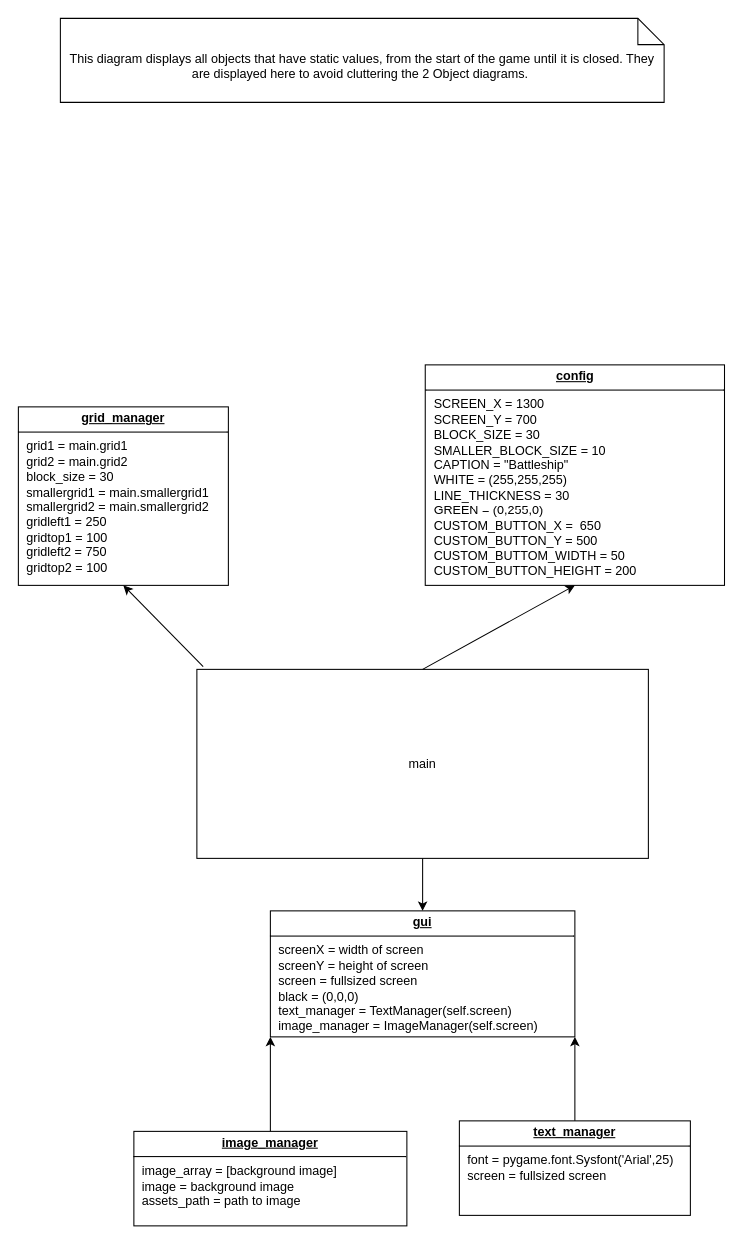
Above: Diagrams/Static objects.drawio in SummitBattle/EF-INF (draw.io), before the change. Source tidied: cells renumbered, new cells numbered last; positions are measured from the earlier drawing's top-left corner, leaving out a move shared by most shapes. Both pictures are drawn from the tidied source at 105%, with x=0, y=0 at pixel (18, 18).
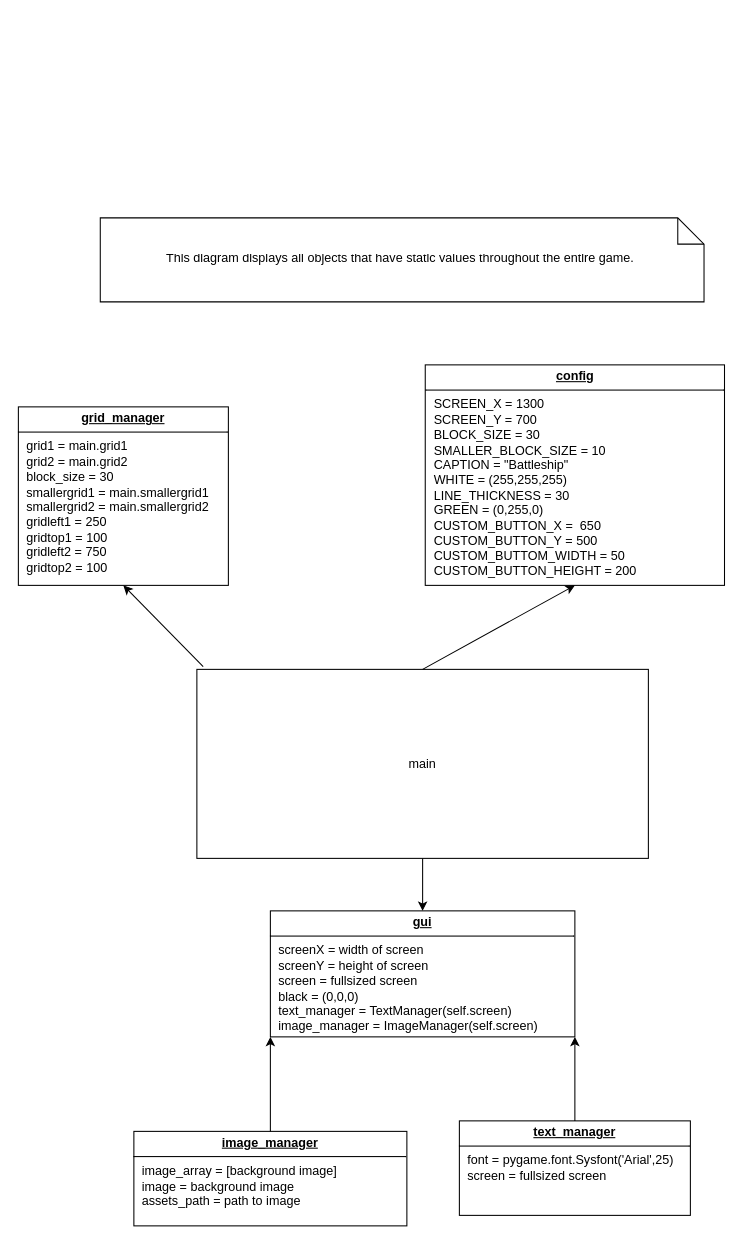
After the change.

The edit, as a diff of the source:
```diff
@@
 <mxGraphModel>
   <root>
     <mxCell id="0" />
     <mxCell id="1" parent="0" />
     <mxCell id="2" value="main" style="rounded=0;whiteSpace=wrap;html=1;" parent="1" vertex="1">
       <mxGeometry x="170" y="620" width="430" height="180" as="geometry" />
     </mxCell>
     <mxCell id="3" value="&lt;p style=&quot;margin:0px;margin-top:4px;text-align:center;text-decoration:underline;&quot;&gt;&lt;b&gt;gui&lt;/b&gt;&lt;/p&gt;&lt;hr size=&quot;1&quot; style=&quot;border-style:solid;&quot;&gt;&lt;p style=&quot;margin:0px;margin-left:8px;&quot;&gt;screenX = width of screen&lt;/p&gt;&lt;p style=&quot;margin:0px;margin-left:8px;&quot;&gt;screenY = height of screen&lt;/p&gt;&lt;p style=&quot;margin:0px;margin-left:8px;&quot;&gt;screen = fullsized screen&lt;/p&gt;&lt;p style=&quot;margin:0px;margin-left:8px;&quot;&gt;black = (0,0,0)&lt;/p&gt;&lt;p style=&quot;margin:0px;margin-left:8px;&quot;&gt;text_manager = TextManager(self.screen)&lt;/p&gt;&lt;p style=&quot;margin:0px;margin-left:8px;&quot;&gt;image_manager = ImageManager(self.screen)&lt;/p&gt;" style="verticalAlign=top;align=left;overflow=fill;html=1;whiteSpace=wrap;" parent="1" vertex="1">
       <mxGeometry x="240" y="850" width="290" height="120" as="geometry" />
     </mxCell>
     <mxCell id="4" value="&lt;p style=&quot;margin:0px;margin-top:4px;text-align:center;text-decoration:underline;&quot;&gt;&lt;b&gt;image_manager&lt;/b&gt;&lt;/p&gt;&lt;hr size=&quot;1&quot; style=&quot;border-style:solid;&quot;&gt;&lt;p style=&quot;margin:0px;margin-left:8px;&quot;&gt;image_array = [background image]&lt;/p&gt;&lt;p style=&quot;margin:0px;margin-left:8px;&quot;&gt;image = background image&lt;/p&gt;&lt;p style=&quot;margin:0px;margin-left:8px;&quot;&gt;assets_path = path to image&lt;/p&gt;&lt;p style=&quot;margin:0px;margin-left:8px;&quot;&gt;&lt;br&gt;&lt;/p&gt;&lt;p style=&quot;margin:0px;margin-left:8px;&quot;&gt;&lt;br&gt;&lt;/p&gt;" style="verticalAlign=top;align=left;overflow=fill;html=1;whiteSpace=wrap;" parent="1" vertex="1">
       <mxGeometry x="110" y="1060" width="260" height="90" as="geometry" />
     </mxCell>
     <mxCell id="5" value="&lt;p style=&quot;margin:0px;margin-top:4px;text-align:center;text-decoration:underline;&quot;&gt;&lt;b&gt;text_manager&lt;/b&gt;&lt;/p&gt;&lt;hr size=&quot;1&quot; style=&quot;border-style:solid;&quot;&gt;&lt;p style=&quot;margin:0px;margin-left:8px;&quot;&gt;font = pygame.font.Sysfont('Arial',25)&lt;/p&gt;&lt;p style=&quot;margin:0px;margin-left:8px;&quot;&gt;screen = fullsized screen&lt;/p&gt;&lt;p style=&quot;margin:0px;margin-left:8px;&quot;&gt;&lt;br&gt;&lt;/p&gt;" style="verticalAlign=top;align=left;overflow=fill;html=1;whiteSpace=wrap;" parent="1" vertex="1">
       <mxGeometry x="420" y="1050" width="220" height="90" as="geometry" />
     </mxCell>
     <mxCell id="6" value="&lt;p style=&quot;margin:0px;margin-top:4px;text-align:center;text-decoration:underline;&quot;&gt;&lt;b&gt;config&lt;/b&gt;&lt;/p&gt;&lt;hr size=&quot;1&quot; style=&quot;border-style:solid;&quot;&gt;&lt;p style=&quot;margin:0px;margin-left:8px;&quot;&gt;SCREEN_X = 1300&lt;/p&gt;&lt;p style=&quot;margin:0px;margin-left:8px;&quot;&gt;SCREEN_Y = 700&lt;/p&gt;&lt;p style=&quot;margin:0px;margin-left:8px;&quot;&gt;BLOCK_SIZE = 30&lt;/p&gt;&lt;p style=&quot;margin:0px;margin-left:8px;&quot;&gt;SMALLER_BLOCK_SIZE = 10&lt;/p&gt;&lt;p style=&quot;margin:0px;margin-left:8px;&quot;&gt;CAPTION = &quot;Battleship&quot;&lt;/p&gt;&lt;p style=&quot;margin:0px;margin-left:8px;&quot;&gt;WHITE = (255,255,255)&lt;/p&gt;&lt;p style=&quot;margin:0px;margin-left:8px;&quot;&gt;LINE_THICKNESS = 30&lt;/p&gt;&lt;p style=&quot;margin:0px;margin-left:8px;&quot;&gt;GREEN = (0,255,0)&lt;/p&gt;&lt;p style=&quot;margin:0px;margin-left:8px;&quot;&gt;CUSTOM_BUTTON_X =&amp;nbsp; 650&lt;/p&gt;&lt;p style=&quot;margin:0px;margin-left:8px;&quot;&gt;CUSTOM_BUTTON_Y = 500&lt;/p&gt;&lt;p style=&quot;margin:0px;margin-left:8px;&quot;&gt;CUSTOM_BUTTOM_WIDTH = 50&lt;/p&gt;&lt;p style=&quot;margin:0px;margin-left:8px;&quot;&gt;CUSTOM_BUTTON_HEIGHT = 200&lt;/p&gt;&lt;p style=&quot;margin:0px;margin-left:8px;&quot;&gt;&lt;br&gt;&lt;/p&gt;&lt;p style=&quot;margin:0px;margin-left:8px;&quot;&gt;&lt;span style=&quot;background-color: rgb(43, 43, 43); color: rgb(169, 183, 198); font-family: &amp;quot;JetBrains Mono&amp;quot;, monospace; font-size: 9.8pt;&quot;&gt;&lt;br&gt;&lt;/span&gt;&lt;/p&gt;&lt;p style=&quot;margin:0px;margin-left:8px;&quot;&gt;&lt;br&gt;&lt;/p&gt;" style="verticalAlign=top;align=left;overflow=fill;html=1;whiteSpace=wrap;" parent="1" vertex="1">
       <mxGeometry x="387.5" y="330" width="285" height="210" as="geometry" />
     </mxCell>
-    <mxCell id="7" value="This diagram displays all objects that have static values, from the start of the game until it is closed. They are displayed here to avoid cluttering the 2 Object diagrams.&amp;nbsp;" style="shape=note2;boundedLbl=1;whiteSpace=wrap;html=1;size=25;verticalAlign=top;align=center;" parent="1" vertex="1">
-      <mxGeometry x="40" width="575" height="80" as="geometry" />
+    <mxCell id="7" value="This diagram displays all objects that have static values throughout the entire game.&amp;nbsp;" style="shape=note2;boundedLbl=1;whiteSpace=wrap;html=1;size=25;verticalAlign=top;align=center;" parent="1" vertex="1">
+      <mxGeometry x="78" y="190" width="575" height="80" as="geometry" />
     </mxCell>
     <mxCell id="8" style="endArrow=classic;html=1;rounded=0;exitX=0.5;exitY=0;exitDx=0;exitDy=0;entryX=0.5;entryY=1;entryDx=0;entryDy=0;" parent="1" edge="1" source="2" target="6">
       <mxGeometry relative="1" as="geometry" />
     </mxCell>
     <mxCell id="9" style="endArrow=classic;html=1;rounded=0;entryX=0.5;entryY=0;entryDx=0;entryDy=0;exitX=0.5;exitY=1;exitDx=0;exitDy=0;" parent="1" edge="1" source="2" target="3">
       <mxGeometry relative="1" as="geometry" />
     </mxCell>
     <mxCell id="10" style="endArrow=classic;html=1;rounded=0;exitX=0.5;exitY=0;exitDx=0;exitDy=0;entryX=0;entryY=1;entryDx=0;entryDy=0;" parent="1" edge="1" source="4" target="3">
       <mxGeometry relative="1" as="geometry" />
     </mxCell>
     <mxCell id="11" style="endArrow=classic;html=1;rounded=0;entryX=1;entryY=1;entryDx=0;entryDy=0;exitX=0.5;exitY=0;exitDx=0;exitDy=0;" parent="1" edge="1" source="5" target="3">
       <mxGeometry relative="1" as="geometry" />
     </mxCell>
     <mxCell id="12" value="&lt;p style=&quot;margin:0px;margin-top:4px;text-align:center;text-decoration:underline;&quot;&gt;&lt;b&gt;grid_manager&lt;/b&gt;&lt;/p&gt;&lt;hr size=&quot;1&quot; style=&quot;border-style:solid;&quot;&gt;&lt;p style=&quot;margin:0px;margin-left:8px;&quot;&gt;grid1 = main.grid1&lt;/p&gt;&lt;p style=&quot;margin:0px;margin-left:8px;&quot;&gt;grid2 = main.grid2&lt;/p&gt;&lt;p style=&quot;margin:0px;margin-left:8px;&quot;&gt;block_size = 30&lt;/p&gt;&lt;p style=&quot;margin:0px;margin-left:8px;&quot;&gt;smallergrid1 = main.smallergrid1&lt;/p&gt;&lt;p style=&quot;margin:0px;margin-left:8px;&quot;&gt;smallergrid2 = main.smallergrid2&lt;/p&gt;&lt;p style=&quot;margin:0px;margin-left:8px;&quot;&gt;gridleft1 = 250&lt;/p&gt;&lt;p style=&quot;margin:0px;margin-left:8px;&quot;&gt;gridtop1 = 100&lt;/p&gt;&lt;p style=&quot;margin:0px;margin-left:8px;&quot;&gt;gridleft2 = 750&lt;/p&gt;&lt;p style=&quot;margin:0px;margin-left:8px;&quot;&gt;gridtop2 = 100&lt;/p&gt;&lt;p style=&quot;margin:0px;margin-left:8px;&quot;&gt;&lt;br&gt;&lt;/p&gt;" style="verticalAlign=top;align=left;overflow=fill;html=1;whiteSpace=wrap;" parent="1" vertex="1">
       <mxGeometry y="370" width="200" height="170" as="geometry" />
     </mxCell>
     <mxCell id="13" style="endArrow=classic;html=1;rounded=0;exitX=0.014;exitY=-0.015;exitDx=0;exitDy=0;exitPerimeter=0;entryX=0.5;entryY=1;entryDx=0;entryDy=0;" parent="1" edge="1" source="2" target="12">
       <mxGeometry relative="1" as="geometry" />
     </mxCell>
   </root>
 </mxGraphModel>
```
